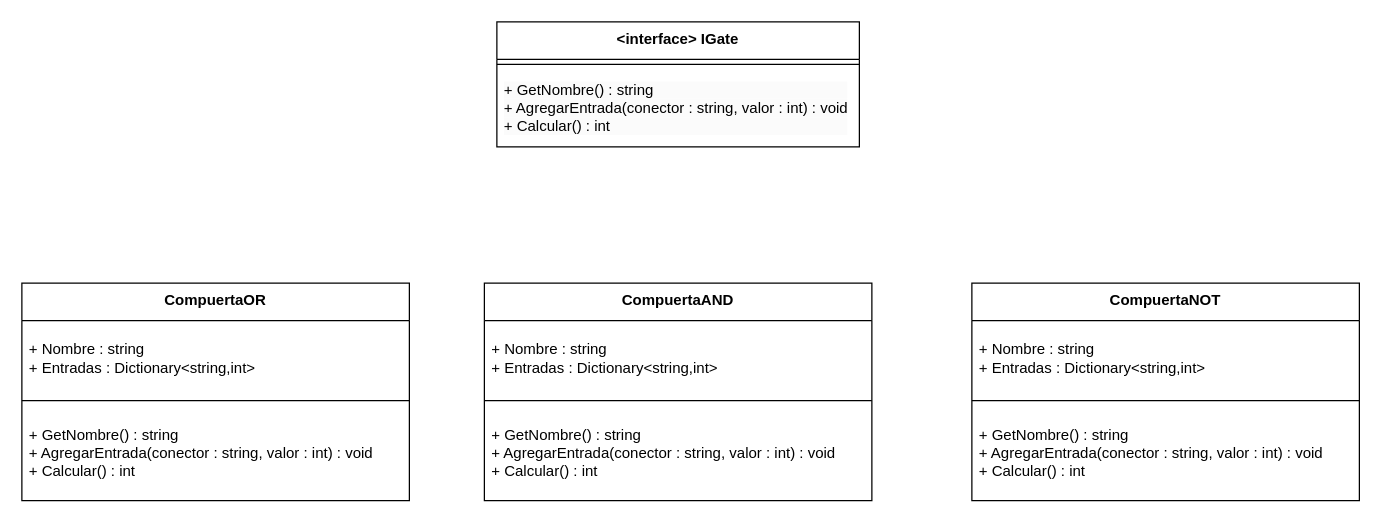
DiegoBar2024/PII_Logic_Gates_Start keeps this draw.io diagram as UML_Gates.drawio. Above is the earlier version. Source tidied: cells renumbered, new cells numbered last; positions are measured from the earlier drawing's top-left corner, leaving out a move shared by most shapes. Both pictures are drawn from the tidied source at 125%, with x=0, y=0 at pixel (21, 21).
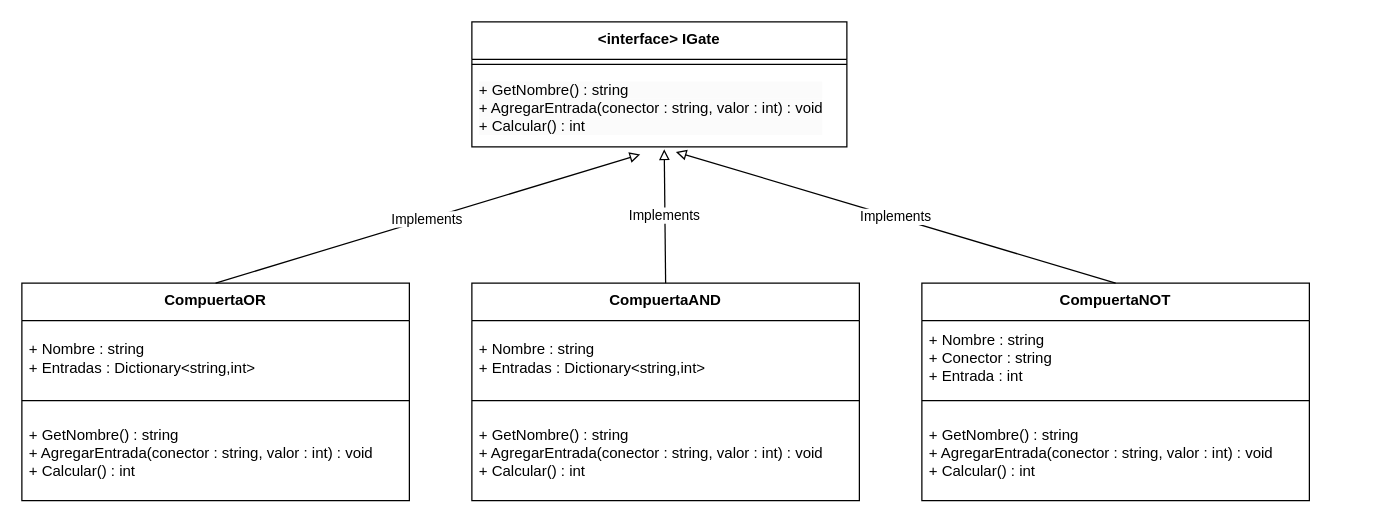
The same page after the edit.

Commit message:
Mas cambios uml gates

What changed in the source:
```diff
@@
 <mxGraphModel>
   <root>
     <mxCell id="0" />
     <mxCell id="1" parent="0" />
     <mxCell id="2" value="&lt;b&gt;CompuertaOR&lt;/b&gt;" style="swimlane;fontStyle=0;align=center;verticalAlign=top;horizontal=1;startSize=30;html=1;whiteSpace=wrap;" parent="1" vertex="1">
       <mxGeometry y="209" width="310" height="174" as="geometry" />
     </mxCell>
     <mxCell id="3" value="+ Nombre : string&lt;div&gt;+ Entradas : Dictionary&amp;lt;string,int&amp;gt;&lt;/div&gt;" style="text;html=1;strokeColor=none;fillColor=none;align=left;verticalAlign=middle;spacingLeft=4;spacingRight=4;overflow=hidden;whiteSpace=wrap;" parent="2" vertex="1">
       <mxGeometry y="30" width="310" height="60" as="geometry" />
     </mxCell>
     <mxCell id="4" style="line;strokeWidth=1;fillColor=none;align=left;verticalAlign=bottom;spacingTop=-1;spacingLeft=3;spacingRight=3;labelPosition=right;" parent="2" vertex="1">
       <mxGeometry y="90" width="310" height="8" as="geometry" />
     </mxCell>
     <mxCell id="5" value="&lt;div&gt;+ GetNombre() : string&lt;/div&gt;&lt;div&gt;+ AgregarEntrada(conector : string, valor : int) : void&lt;/div&gt;&lt;div&gt;+ Calcular() : int&lt;/div&gt;" style="text;html=1;strokeColor=none;fillColor=none;align=left;verticalAlign=middle;spacingLeft=4;spacingRight=4;overflow=hidden;whiteSpace=wrap;" parent="2" vertex="1">
       <mxGeometry y="98" width="310" height="76" as="geometry" />
     </mxCell>
     <mxCell id="6" value="&lt;b&gt;&amp;lt;interface&amp;gt; IGate&lt;/b&gt;" style="swimlane;fontStyle=0;align=center;verticalAlign=top;horizontal=1;startSize=30;html=1;whiteSpace=wrap;" parent="1" vertex="1">
-      <mxGeometry x="380" width="290" height="100" as="geometry" />
+      <mxGeometry x="360" width="300" height="100" as="geometry" />
     </mxCell>
     <mxCell id="7" style="line;strokeWidth=1;fillColor=none;align=left;verticalAlign=top;spacingTop=-1;spacingLeft=3;spacingRight=3;labelPosition=right;horizontal=1;" parent="6" vertex="1">
-      <mxGeometry y="30" width="290" height="8" as="geometry" />
+      <mxGeometry y="30" width="300" height="8" as="geometry" />
     </mxCell>
     <mxCell id="8" value="&lt;div style=&quot;forced-color-adjust: none; color: rgb(0, 0, 0); font-family: Helvetica; font-size: 12px; font-style: normal; font-variant-ligatures: normal; font-variant-caps: normal; font-weight: 400; letter-spacing: normal; orphans: 2; text-align: left; text-indent: 0px; text-transform: none; widows: 2; word-spacing: 0px; -webkit-text-stroke-width: 0px; white-space: normal; background-color: rgb(251, 251, 251); text-decoration-thickness: initial; text-decoration-style: initial; text-decoration-color: initial;&quot;&gt;+ GetNombre() : string&lt;/div&gt;&lt;div style=&quot;forced-color-adjust: none; color: rgb(0, 0, 0); font-family: Helvetica; font-size: 12px; font-style: normal; font-variant-ligatures: normal; font-variant-caps: normal; font-weight: 400; letter-spacing: normal; orphans: 2; text-align: left; text-indent: 0px; text-transform: none; widows: 2; word-spacing: 0px; -webkit-text-stroke-width: 0px; white-space: normal; background-color: rgb(251, 251, 251); text-decoration-thickness: initial; text-decoration-style: initial; text-decoration-color: initial;&quot;&gt;+ AgregarEntrada(conector : string, valor : int) : void&lt;/div&gt;&lt;div style=&quot;forced-color-adjust: none; color: rgb(0, 0, 0); font-family: Helvetica; font-size: 12px; font-style: normal; font-variant-ligatures: normal; font-variant-caps: normal; font-weight: 400; letter-spacing: normal; orphans: 2; text-align: left; text-indent: 0px; text-transform: none; widows: 2; word-spacing: 0px; -webkit-text-stroke-width: 0px; white-space: normal; background-color: rgb(251, 251, 251); text-decoration-thickness: initial; text-decoration-style: initial; text-decoration-color: initial;&quot;&gt;+ Calcular() : int&lt;/div&gt;" style="text;html=1;strokeColor=none;fillColor=none;align=left;verticalAlign=middle;spacingLeft=4;spacingRight=4;overflow=hidden;points=[[0,0.5],[1,0.5]];portConstraint=eastwest;whiteSpace=wrap;" parent="6" vertex="1">
-      <mxGeometry y="38" width="290" height="62" as="geometry" />
+      <mxGeometry y="38" width="300" height="62" as="geometry" />
     </mxCell>
     <mxCell id="9" value="&lt;b&gt;CompuertaAND&lt;/b&gt;" style="swimlane;fontStyle=0;align=center;verticalAlign=top;horizontal=1;startSize=30;html=1;whiteSpace=wrap;" parent="1" vertex="1">
-      <mxGeometry x="370" y="209" width="310" height="174" as="geometry" />
+      <mxGeometry x="360" y="209" width="310" height="174" as="geometry" />
     </mxCell>
     <mxCell id="10" value="+ Nombre : string&lt;div&gt;+ Entradas : Dictionary&amp;lt;string,int&amp;gt;&lt;/div&gt;" style="text;html=1;strokeColor=none;fillColor=none;align=left;verticalAlign=middle;spacingLeft=4;spacingRight=4;overflow=hidden;whiteSpace=wrap;" parent="9" vertex="1">
       <mxGeometry y="30" width="310" height="60" as="geometry" />
     </mxCell>
     <mxCell id="11" style="line;strokeWidth=1;fillColor=none;align=left;verticalAlign=bottom;spacingTop=-1;spacingLeft=3;spacingRight=3;labelPosition=right;" parent="9" vertex="1">
       <mxGeometry y="90" width="310" height="8" as="geometry" />
     </mxCell>
     <mxCell id="12" value="&lt;div&gt;+ GetNombre() : string&lt;/div&gt;&lt;div&gt;+ AgregarEntrada(conector : string, valor : int) : void&lt;/div&gt;&lt;div&gt;+ Calcular() : int&lt;/div&gt;" style="text;html=1;strokeColor=none;fillColor=none;align=left;verticalAlign=middle;spacingLeft=4;spacingRight=4;overflow=hidden;whiteSpace=wrap;" parent="9" vertex="1">
       <mxGeometry y="98" width="310" height="76" as="geometry" />
     </mxCell>
     <mxCell id="13" value="&lt;b&gt;CompuertaNOT&lt;/b&gt;" style="swimlane;fontStyle=0;align=center;verticalAlign=top;horizontal=1;startSize=30;html=1;whiteSpace=wrap;" parent="1" vertex="1">
-      <mxGeometry x="760" y="209" width="310" height="174" as="geometry" />
+      <mxGeometry x="720" y="209" width="310" height="174" as="geometry" />
     </mxCell>
-    <mxCell id="14" value="+ Nombre : string&lt;div&gt;+ Entradas : Dictionary&amp;lt;string,int&amp;gt;&lt;/div&gt;" style="text;html=1;strokeColor=none;fillColor=none;align=left;verticalAlign=middle;spacingLeft=4;spacingRight=4;overflow=hidden;whiteSpace=wrap;" parent="13" vertex="1">
+    <mxCell id="14" value="+ Nombre : string&lt;div&gt;+ Conector : string&lt;/div&gt;&lt;div&gt;+ Entrada : int&lt;/div&gt;" style="text;html=1;strokeColor=none;fillColor=none;align=left;verticalAlign=middle;spacingLeft=4;spacingRight=4;overflow=hidden;whiteSpace=wrap;" parent="13" vertex="1">
       <mxGeometry y="30" width="310" height="60" as="geometry" />
     </mxCell>
     <mxCell id="15" style="line;strokeWidth=1;fillColor=none;align=left;verticalAlign=bottom;spacingTop=-1;spacingLeft=3;spacingRight=3;labelPosition=right;" parent="13" vertex="1">
       <mxGeometry y="90" width="310" height="8" as="geometry" />
     </mxCell>
     <mxCell id="16" value="&lt;div&gt;+ GetNombre() : string&lt;/div&gt;&lt;div&gt;+ AgregarEntrada(conector : string, valor : int) : void&lt;/div&gt;&lt;div&gt;+ Calcular() : int&lt;/div&gt;" style="text;html=1;strokeColor=none;fillColor=none;align=left;verticalAlign=middle;spacingLeft=4;spacingRight=4;overflow=hidden;whiteSpace=wrap;" parent="13" vertex="1">
       <mxGeometry y="98" width="310" height="76" as="geometry" />
     </mxCell>
+    <mxCell id="17" value="Implements" style="endArrow=block;html=1;rounded=0;exitX=0.5;exitY=0;exitDx=0;exitDy=0;endFill=0;entryX=0.449;entryY=1.097;entryDx=0;entryDy=0;entryPerimeter=0;" parent="1" edge="1" source="2" target="8">
+      <mxGeometry relative="1" as="geometry" />
+    </mxCell>
+    <mxCell id="18" value="Implements" style="endArrow=block;html=1;rounded=0;exitX=0.5;exitY=0;exitDx=0;exitDy=0;entryX=0.513;entryY=1.032;entryDx=0;entryDy=0;entryPerimeter=0;endFill=0;" parent="1" edge="1" source="9" target="8">
+      <mxGeometry relative="1" as="geometry" />
+    </mxCell>
+    <mxCell id="19" value="Implements" style="endArrow=block;html=1;rounded=0;exitX=0.5;exitY=0;exitDx=0;exitDy=0;entryX=0.544;entryY=1.065;entryDx=0;entryDy=0;entryPerimeter=0;endFill=0;" parent="1" edge="1" source="13" target="8">
+      <mxGeometry relative="1" as="geometry" />
+    </mxCell>
   </root>
 </mxGraphModel>
```
